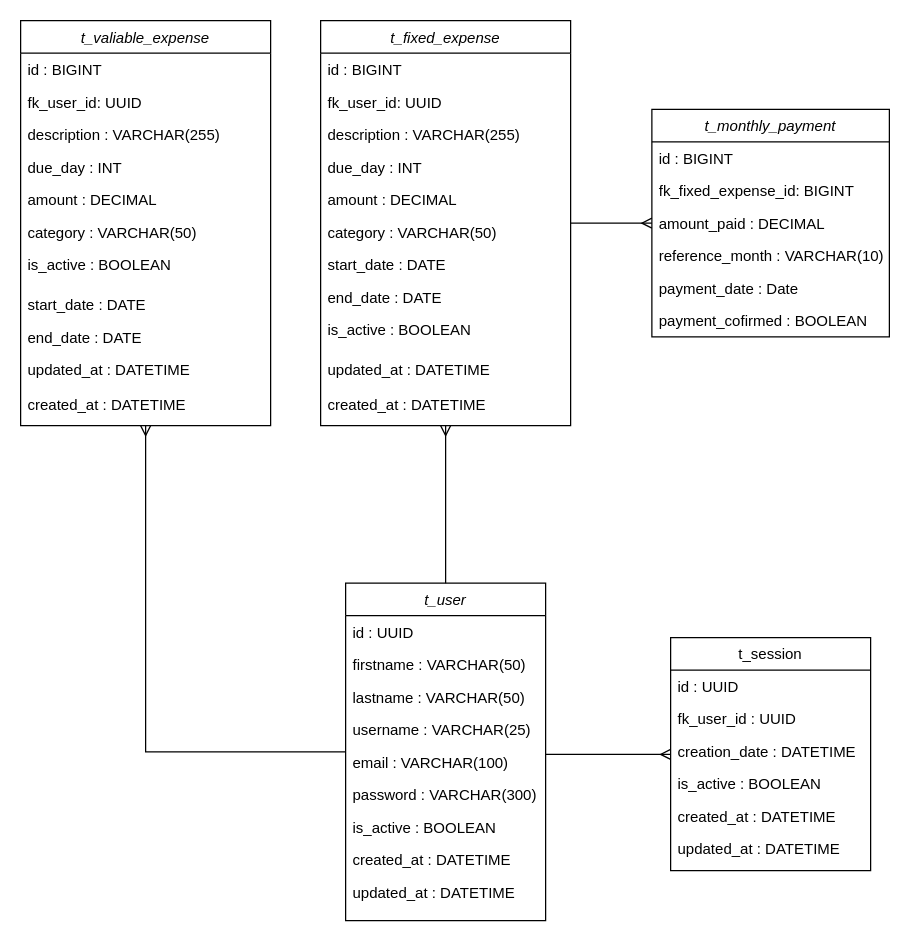
Earlier version of the draw.io diagram _docs/Entity Relationship Diagrams (ERD).drawio (gervasioartur/walletwise-clean-graphql-api). Source tidied: cells renumbered, new cells numbered last; positions are measured from the earlier drawing's top-left corner, leaving out a move shared by most shapes. Both pictures are drawn from the tidied source at 125%, with x=0, y=0 at pixel (20, 20).
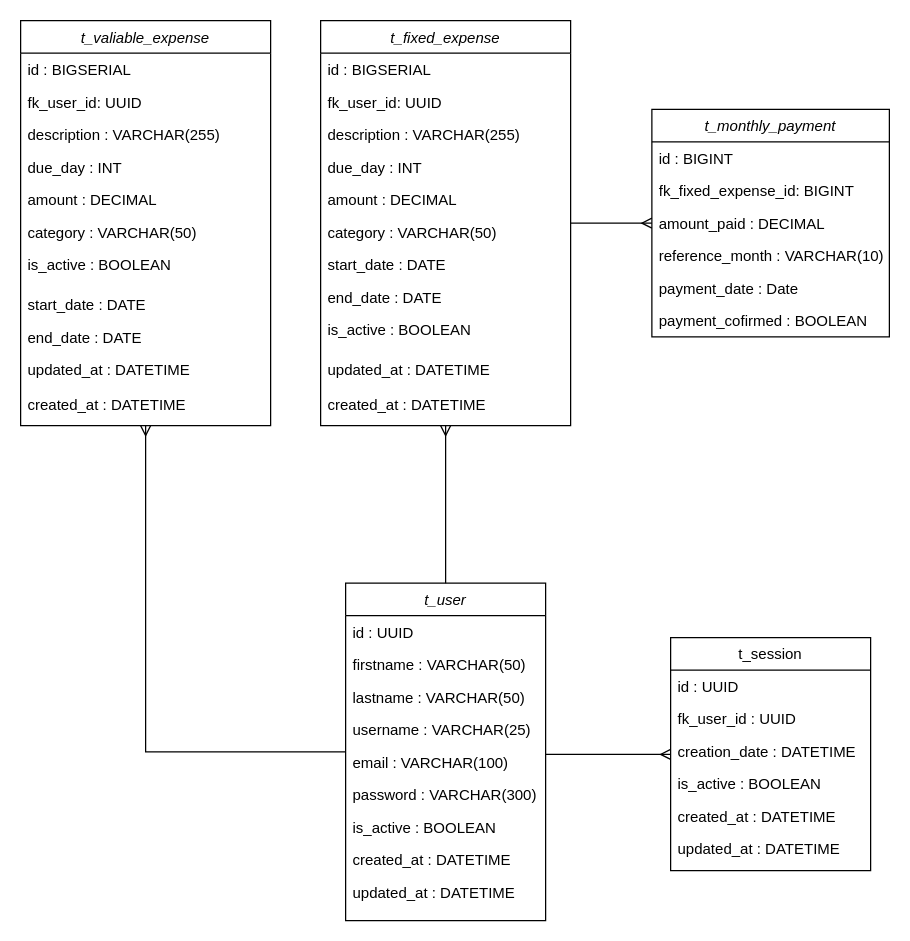
The same page after the edit.

Unchanged cells that the change refers to:
```xml
<mxCell id="22" value="t_fixed_expense" style="swimlane;fontStyle=2;align=center;verticalAlign=top;horizontal=1;startSize=26;rounded=0;shadow=0;strokeWidth=1;" parent="1" vertex="1">
  <mxGeometry x="240" width="200" height="324" as="geometry" />
</mxCell>
<mxCell id="41" value="t_valiable_expense" style="swimlane;fontStyle=2;align=center;verticalAlign=top;horizontal=1;startSize=26;rounded=0;shadow=0;strokeWidth=1;" parent="1" vertex="1">
  <mxGeometry width="200" height="324" as="geometry" />
</mxCell>
```

What changed in the source:
```diff
@@
-    <mxCell id="23" value="id : BIGINT" style="text;align=left;verticalAlign=top;spacingLeft=4;spacingRight=4;overflow=hidden;rounded=0;shadow=0;html=0;" parent="22" vertex="1">
+    <mxCell id="23" value="id : BIGSERIAL" style="text;align=left;verticalAlign=top;spacingLeft=4;spacingRight=4;overflow=hidden;rounded=0;shadow=0;html=0;" parent="22" vertex="1">
       <mxGeometry y="26" width="200" height="26" as="geometry" />
     </mxCell>
@@
-    <mxCell id="42" value="id : BIGINT" style="text;align=left;verticalAlign=top;spacingLeft=4;spacingRight=4;overflow=hidden;rounded=0;shadow=0;html=0;" parent="41" vertex="1">
+    <mxCell id="42" value="id : BIGSERIAL" style="text;align=left;verticalAlign=top;spacingLeft=4;spacingRight=4;overflow=hidden;rounded=0;shadow=0;html=0;" parent="41" vertex="1">
       <mxGeometry y="26" width="200" height="26" as="geometry" />
     </mxCell>
```
